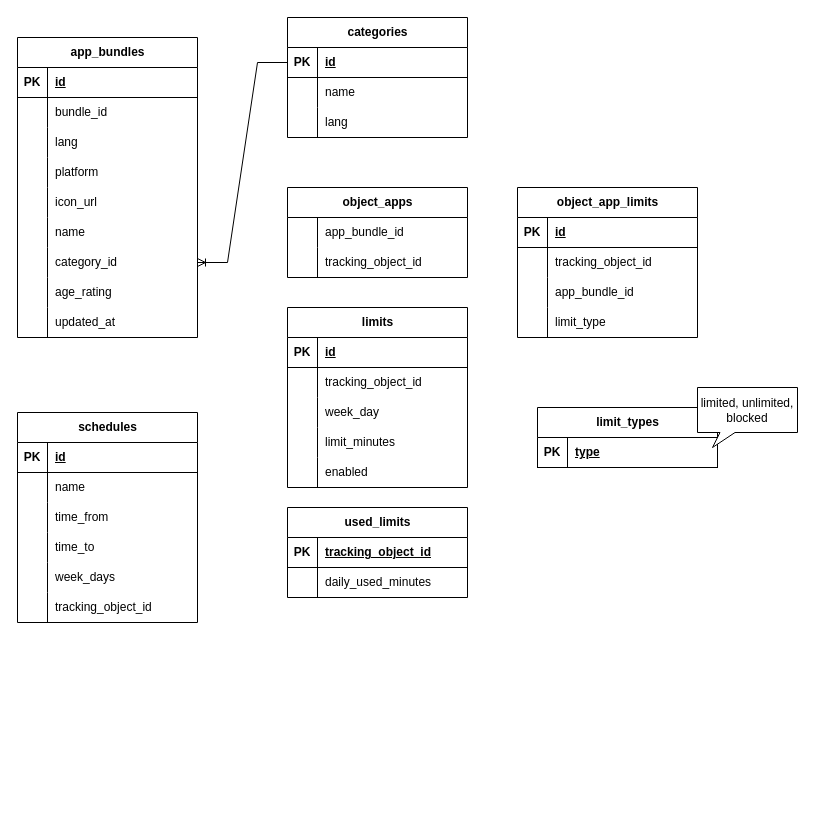
The draw.io diagram Диаграмма без названия.drawio in satmurat/transfer, before the edit. Source tidied: cells renumbered, new cells numbered last; positions are measured from the earlier drawing's top-left corner, leaving out a move shared by most shapes. Both pictures are drawn from the tidied source at 100%, with x=0, y=0 at pixel (17, 17).
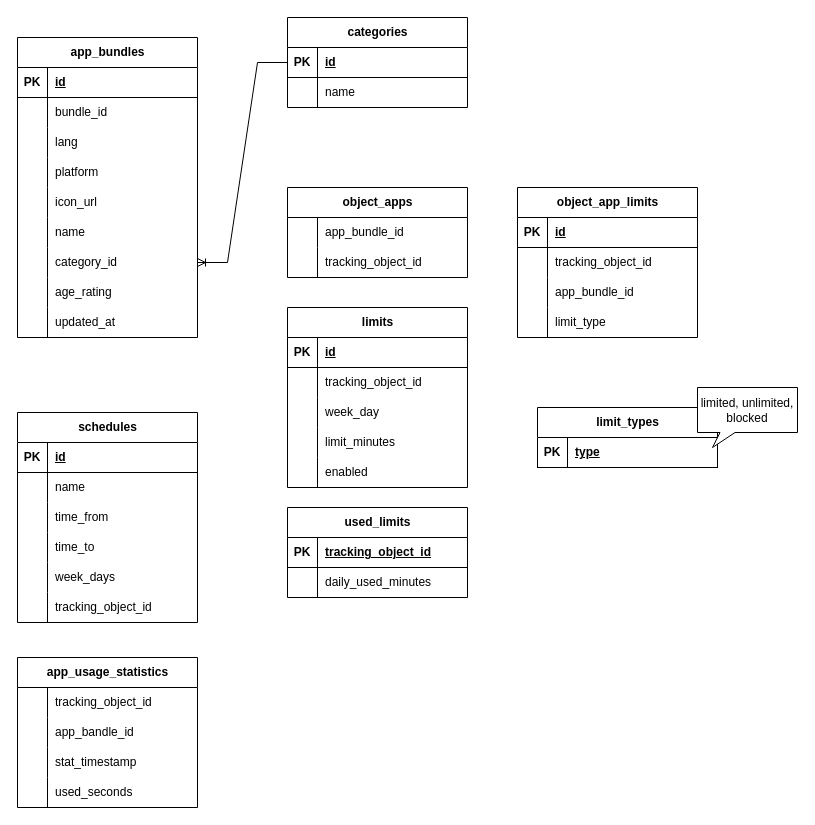
After the change.

Diff of the diagram source:
```diff
@@
     <mxCell id="30" value="categories" style="shape=table;startSize=30;childLayout=tableLayout;rowLines=0;fontStyle=1;align=center;html=1;" parent="1" vertex="1">
-      <mxGeometry x="270" width="180" height="120" as="geometry" />
+      <mxGeometry x="270" width="180" height="90" as="geometry" />
     </mxCell>
@@
-    <mxCell id="37" style="shape=tableRow;horizontal=0;startSize=0;swimlaneHead=0;swimlaneBody=0;fillColor=none;top=0;left=0;right=0;bottom=0;" parent="30" vertex="1">
-      <mxGeometry y="90" width="180" height="30" as="geometry" />
-    </mxCell>
-    <mxCell id="38" style="shape=partialRectangle;fillColor=none;top=0;left=0;bottom=0;right=0;overflow=hidden;whiteSpace=wrap;html=1;" parent="37" vertex="1">
-      <mxGeometry width="30" height="30" as="geometry" />
-    </mxCell>
-    <mxCell id="39" value="lang" style="shape=partialRectangle;fillColor=none;top=0;left=0;bottom=0;right=0;align=left;spacingLeft=6;overflow=hidden;whiteSpace=wrap;html=1;" parent="37" vertex="1">
-      <mxGeometry x="30" width="150" height="30" as="geometry" />
-    </mxCell>
@@
+    <mxCell id="108" value="app_usage_statistics" style="shape=table;startSize=30;childLayout=tableLayout;rowLines=0;fontStyle=1;align=center;html=1;" parent="1" vertex="1">
+      <mxGeometry y="640" width="180" height="150" as="geometry" />
+    </mxCell>
+    <mxCell id="109" style="shape=tableRow;horizontal=0;startSize=0;swimlaneHead=0;swimlaneBody=0;fillColor=none;top=0;left=0;right=0;bottom=0;" parent="108" vertex="1">
+      <mxGeometry y="30" width="180" height="30" as="geometry" />
+    </mxCell>
+    <mxCell id="110" style="shape=partialRectangle;fillColor=none;top=0;left=0;bottom=0;right=0;overflow=hidden;whiteSpace=wrap;html=1;" parent="109" vertex="1">
+      <mxGeometry width="30" height="30" as="geometry" />
+    </mxCell>
+    <mxCell id="111" value="tracking_object_id" style="shape=partialRectangle;fillColor=none;top=0;left=0;bottom=0;right=0;align=left;spacingLeft=6;overflow=hidden;whiteSpace=wrap;html=1;" parent="109" vertex="1">
+      <mxGeometry x="30" width="150" height="30" as="geometry" />
+    </mxCell>
+    <mxCell id="112" style="shape=tableRow;horizontal=0;startSize=0;swimlaneHead=0;swimlaneBody=0;fillColor=none;top=0;left=0;right=0;bottom=0;" parent="108" vertex="1">
+      <mxGeometry y="60" width="180" height="30" as="geometry" />
+    </mxCell>
+    <mxCell id="113" style="shape=partialRectangle;fillColor=none;top=0;left=0;bottom=0;right=0;overflow=hidden;whiteSpace=wrap;html=1;" parent="112" vertex="1">
+      <mxGeometry width="30" height="30" as="geometry" />
+    </mxCell>
+    <mxCell id="114" value="app_bandle_id" style="shape=partialRectangle;fillColor=none;top=0;left=0;bottom=0;right=0;align=left;spacingLeft=6;overflow=hidden;whiteSpace=wrap;html=1;" parent="112" vertex="1">
+      <mxGeometry x="30" width="150" height="30" as="geometry" />
+    </mxCell>
+    <mxCell id="37" style="shape=tableRow;horizontal=0;startSize=0;swimlaneHead=0;swimlaneBody=0;fillColor=none;top=0;left=0;right=0;bottom=0;" parent="108" vertex="1">
+      <mxGeometry y="90" width="180" height="30" as="geometry" />
+    </mxCell>
+    <mxCell id="115" style="shape=partialRectangle;fillColor=none;top=0;left=0;bottom=0;right=0;overflow=hidden;whiteSpace=wrap;html=1;" parent="37" vertex="1">
+      <mxGeometry width="30" height="30" as="geometry" />
+    </mxCell>
+    <mxCell id="116" value="stat_timestamp" style="shape=partialRectangle;fillColor=none;top=0;left=0;bottom=0;right=0;align=left;spacingLeft=6;overflow=hidden;whiteSpace=wrap;html=1;" parent="37" vertex="1">
+      <mxGeometry x="30" width="150" height="30" as="geometry" />
+    </mxCell>
+    <mxCell id="117" style="shape=tableRow;horizontal=0;startSize=0;swimlaneHead=0;swimlaneBody=0;fillColor=none;top=0;left=0;right=0;bottom=0;" parent="108" vertex="1">
+      <mxGeometry y="120" width="180" height="30" as="geometry" />
+    </mxCell>
+    <mxCell id="118" style="shape=partialRectangle;fillColor=none;top=0;left=0;bottom=0;right=0;overflow=hidden;whiteSpace=wrap;html=1;" parent="117" vertex="1">
+      <mxGeometry width="30" height="30" as="geometry" />
+    </mxCell>
+    <mxCell id="119" value="used_seconds" style="shape=partialRectangle;fillColor=none;top=0;left=0;bottom=0;right=0;align=left;spacingLeft=6;overflow=hidden;whiteSpace=wrap;html=1;" parent="117" vertex="1">
+      <mxGeometry x="30" width="150" height="30" as="geometry" />
+    </mxCell>
```
